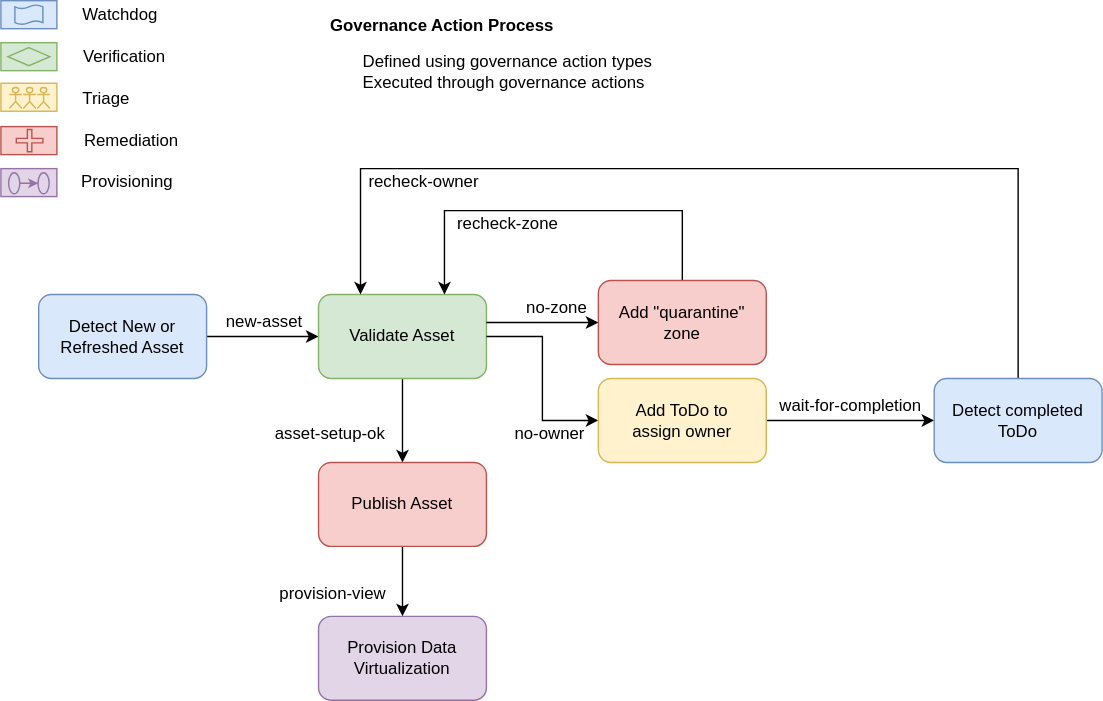
odpi/egeria-docs keeps this draw.io diagram as site/docs/concepts/governance-action-process-example-1.svg. Above is the earlier version. Source tidied: cells renumbered, new cells last; positions are measured from the earlier drawing's top-left corner, leaving out a move shared by most shapes.
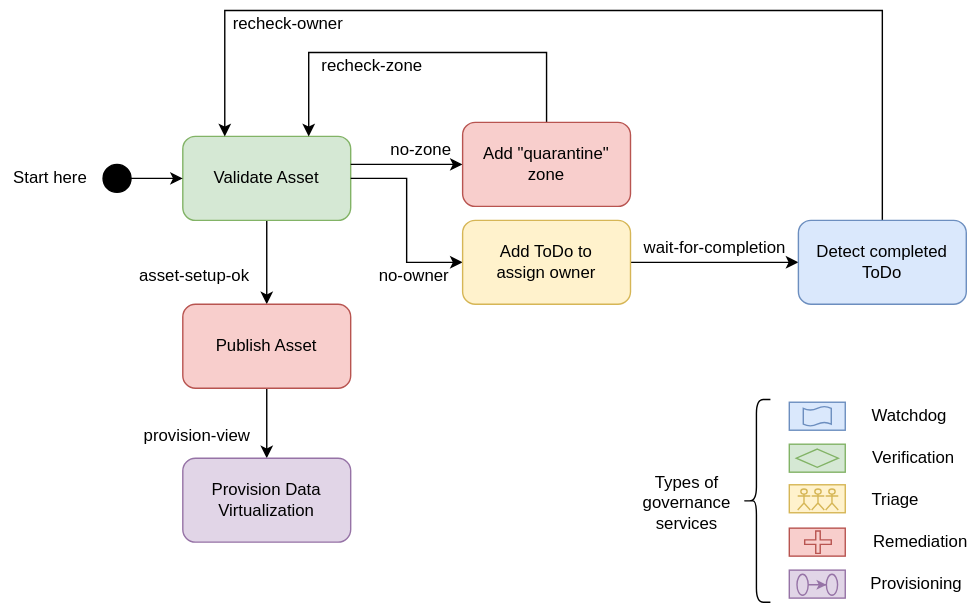
Later version of the same file.

Commit message:
Add descriptions of governance action processes

Diff of the diagram source:
```diff
@@ -3,148 +3,148 @@
     <mxCell id="0" />
     <mxCell id="1" parent="0" />
     <mxCell id="2" style="rounded=0;whiteSpace=wrap;html=1;fillColor=#fff2cc;strokeColor=#d6b656;" parent="1" vertex="1">
-      <mxGeometry y="59" width="40" height="20" as="geometry" />
+      <mxGeometry x="660.5" y="459" width="40" height="20" as="geometry" />
     </mxCell>
-    <mxCell id="3" style="edgeStyle=orthogonalEdgeStyle;rounded=0;jettySize=auto;html=1;" parent="1" edge="1" source="4" target="6">
+    <mxCell id="3" style="edgeStyle=orthogonalEdgeStyle;rounded=0;jettySize=auto;html=1;" parent="1" edge="1" source="4" target="28">
       <mxGeometry relative="1" as="geometry" />
     </mxCell>
-    <mxCell id="4" value="Detect New or&lt;br&gt;Refreshed Asset" style="rounded=1;whiteSpace=wrap;html=1;fillColor=#dae8fc;strokeColor=#6c8ebf;" parent="1" vertex="1">
-      <mxGeometry x="27" y="210" width="120" height="60" as="geometry" />
+    <mxCell id="4" value="Validate Asset" style="rounded=1;whiteSpace=wrap;html=1;fillColor=#d5e8d4;strokeColor=#82b366;" parent="1" vertex="1">
+      <mxGeometry x="227" y="210" width="120" height="60" as="geometry" />
     </mxCell>
-    <mxCell id="5" style="edgeStyle=orthogonalEdgeStyle;rounded=0;jettySize=auto;html=1;" parent="1" edge="1" source="6" target="31">
-      <mxGeometry relative="1" as="geometry" />
+    <mxCell id="5" style="edgeStyle=orthogonalEdgeStyle;rounded=0;jettySize=auto;html=1;" parent="1" edge="1" target="7">
+      <mxGeometry relative="1" as="geometry">
+        <mxPoint x="347" y="230" as="sourcePoint" />
+      </mxGeometry>
     </mxCell>
-    <mxCell id="6" value="Validate Asset" style="rounded=1;whiteSpace=wrap;html=1;fillColor=#d5e8d4;strokeColor=#82b366;" parent="1" vertex="1">
-      <mxGeometry x="227" y="210" width="120" height="60" as="geometry" />
+    <mxCell id="6" style="edgeStyle=orthogonalEdgeStyle;rounded=0;jettySize=auto;html=1;entryX=0.75;entryY=0;entryDx=0;entryDy=0;" parent="1" edge="1" source="7" target="4">
+      <mxGeometry relative="1" as="geometry">
+        <Array as="points">
+          <mxPoint x="487" y="150" />
+          <mxPoint x="317" y="150" />
+        </Array>
+      </mxGeometry>
     </mxCell>
-    <mxCell id="7" value="new-asset" style="text;html=1;align=center;verticalAlign=middle;points=[];" parent="1" vertex="1">
-      <mxGeometry x="153" y="220" width="70" height="20" as="geometry" />
+    <mxCell id="7" value="Add &quot;quarantine&quot; zone" style="rounded=1;whiteSpace=wrap;html=1;fillColor=#f8cecc;strokeColor=#b85450;" parent="1" vertex="1">
+      <mxGeometry x="427" y="200" width="120" height="60" as="geometry" />
     </mxCell>
-    <mxCell id="8" style="edgeStyle=orthogonalEdgeStyle;rounded=0;jettySize=auto;html=1;" parent="1" edge="1" target="10">
-      <mxGeometry relative="1" as="geometry">
-        <mxPoint x="347" y="230" as="sourcePoint" />
-      </mxGeometry>
+    <mxCell id="8" value="no-zone" style="text;html=1;align=center;verticalAlign=middle;" parent="1" vertex="1">
+      <mxGeometry x="367" y="210" width="60" height="20" as="geometry" />
     </mxCell>
-    <mxCell id="9" style="edgeStyle=orthogonalEdgeStyle;rounded=0;jettySize=auto;html=1;entryX=0.75;entryY=0;entryDx=0;entryDy=0;" parent="1" edge="1" source="10" target="6">
-      <mxGeometry relative="1" as="geometry">
-        <Array as="points">
-          <mxPoint x="487" y="150" />
-          <mxPoint x="317" y="150" />
-        </Array>
-      </mxGeometry>
+    <mxCell id="9" style="rounded=0;whiteSpace=wrap;html=1;fillColor=#dae8fc;strokeColor=#6c8ebf;" parent="1" vertex="1">
+      <mxGeometry x="660.5" y="400" width="40" height="20" as="geometry" />
     </mxCell>
-    <mxCell id="10" value="Add &quot;quarantine&quot; zone" style="rounded=1;whiteSpace=wrap;html=1;fillColor=#f8cecc;strokeColor=#b85450;" parent="1" vertex="1">
-      <mxGeometry x="427" y="200" width="120" height="60" as="geometry" />
+    <mxCell id="10" value="Watchdog" style="text;html=1;align=center;verticalAlign=middle;points=[];" parent="1" vertex="1">
+      <mxGeometry x="710.5" y="400" width="70" height="20" as="geometry" />
     </mxCell>
-    <mxCell id="11" value="no-zone" style="text;html=1;align=center;verticalAlign=middle;" parent="1" vertex="1">
-      <mxGeometry x="367" y="210" width="60" height="20" as="geometry" />
+    <mxCell id="11" style="rounded=0;whiteSpace=wrap;html=1;fillColor=#d5e8d4;strokeColor=#82b366;" parent="1" vertex="1">
+      <mxGeometry x="660.5" y="430" width="40" height="20" as="geometry" />
     </mxCell>
-    <mxCell id="12" style="rounded=0;whiteSpace=wrap;html=1;fillColor=#dae8fc;strokeColor=#6c8ebf;" parent="1" vertex="1">
-      <mxGeometry width="40" height="20" as="geometry" />
+    <mxCell id="12" value="Verification" style="text;html=1;align=center;verticalAlign=middle;" parent="1" vertex="1">
+      <mxGeometry x="713.5" y="430" width="70" height="20" as="geometry" />
     </mxCell>
-    <mxCell id="13" value="Watchdog" style="text;html=1;align=center;verticalAlign=middle;" parent="1" vertex="1">
-      <mxGeometry x="50" width="70" height="20" as="geometry" />
+    <mxCell id="13" style="rounded=0;whiteSpace=wrap;html=1;fillColor=#f8cecc;strokeColor=#b85450;" parent="1" vertex="1">
+      <mxGeometry x="660.5" y="490" width="40" height="20" as="geometry" />
     </mxCell>
-    <mxCell id="14" style="rounded=0;whiteSpace=wrap;html=1;fillColor=#d5e8d4;strokeColor=#82b366;" parent="1" vertex="1">
-      <mxGeometry y="30" width="40" height="20" as="geometry" />
+    <mxCell id="14" style="rounded=0;whiteSpace=wrap;html=1;fillColor=#e1d5e7;strokeColor=#9673a6;" parent="1" vertex="1">
+      <mxGeometry x="660.5" y="520" width="40" height="20" as="geometry" />
     </mxCell>
-    <mxCell id="15" value="Verification" style="text;html=1;align=center;verticalAlign=middle;" parent="1" vertex="1">
-      <mxGeometry x="53" y="30" width="70" height="20" as="geometry" />
+    <mxCell id="15" value="Provisioning" style="text;html=1;align=center;verticalAlign=middle;" parent="1" vertex="1">
+      <mxGeometry x="710.5" y="520" width="80" height="20" as="geometry" />
     </mxCell>
-    <mxCell id="16" style="rounded=0;whiteSpace=wrap;html=1;fillColor=#f8cecc;strokeColor=#b85450;" parent="1" vertex="1">
-      <mxGeometry y="90" width="40" height="20" as="geometry" />
+    <mxCell id="16" value="Remediation" style="text;html=1;align=center;verticalAlign=middle;" parent="1" vertex="1">
+      <mxGeometry x="713.5" y="490" width="80" height="20" as="geometry" />
     </mxCell>
-    <mxCell id="17" style="rounded=0;whiteSpace=wrap;html=1;fillColor=#e1d5e7;strokeColor=#9673a6;" parent="1" vertex="1">
-      <mxGeometry y="120" width="40" height="20" as="geometry" />
+    <mxCell id="17" value="Triage" style="text;html=1;align=center;verticalAlign=middle;" parent="1" vertex="1">
+      <mxGeometry x="710.5" y="460" width="50" height="20" as="geometry" />
     </mxCell>
-    <mxCell id="18" value="Provisioning" style="text;html=1;align=center;verticalAlign=middle;" parent="1" vertex="1">
-      <mxGeometry x="50" y="120" width="80" height="20" as="geometry" />
+    <mxCell id="18" style="edgeStyle=orthogonalEdgeStyle;rounded=0;jettySize=auto;html=1;exitX=1;exitY=0.5;exitDx=0;exitDy=0;" parent="1" edge="1" source="4" target="20">
+      <mxGeometry relative="1" as="geometry" />
     </mxCell>
-    <mxCell id="19" value="Remediation" style="text;html=1;align=center;verticalAlign=middle;" parent="1" vertex="1">
-      <mxGeometry x="53" y="90" width="80" height="20" as="geometry" />
+    <mxCell id="19" style="edgeStyle=orthogonalEdgeStyle;rounded=0;jettySize=auto;html=1;entryX=0;entryY=0.5;entryDx=0;entryDy=0;" parent="1" edge="1" source="20" target="23">
+      <mxGeometry relative="1" as="geometry" />
     </mxCell>
-    <mxCell id="20" value="Triage" style="text;html=1;align=center;verticalAlign=middle;points=[];" parent="1" vertex="1">
-      <mxGeometry x="50" y="60" width="50" height="20" as="geometry" />
+    <mxCell id="20" value="Add ToDo to&lt;br&gt;assign owner" style="rounded=1;whiteSpace=wrap;html=1;fillColor=#fff2cc;strokeColor=#d6b656;" parent="1" vertex="1">
+      <mxGeometry x="427" y="270" width="120" height="60" as="geometry" />
     </mxCell>
-    <mxCell id="21" style="edgeStyle=orthogonalEdgeStyle;rounded=0;jettySize=auto;html=1;exitX=1;exitY=0.5;exitDx=0;exitDy=0;" parent="1" edge="1" source="6" target="23">
-      <mxGeometry relative="1" as="geometry" />
+    <mxCell id="21" value="no-owner" style="text;html=1;align=center;verticalAlign=middle;" parent="1" vertex="1">
+      <mxGeometry x="357" y="300" width="70" height="20" as="geometry" />
     </mxCell>
-    <mxCell id="22" style="edgeStyle=orthogonalEdgeStyle;rounded=0;jettySize=auto;html=1;entryX=0;entryY=0.5;entryDx=0;entryDy=0;" parent="1" edge="1" source="23" target="26">
-      <mxGeometry relative="1" as="geometry" />
+    <mxCell id="22" style="edgeStyle=orthogonalEdgeStyle;rounded=0;jettySize=auto;html=1;entryX=0.25;entryY=0;entryDx=0;entryDy=0;" parent="1" edge="1" source="23" target="4">
+      <mxGeometry relative="1" as="geometry">
+        <Array as="points">
+          <mxPoint x="727" y="120" />
+          <mxPoint x="257" y="120" />
+        </Array>
+      </mxGeometry>
     </mxCell>
-    <mxCell id="23" value="Add ToDo to&lt;br&gt;assign owner" style="rounded=1;whiteSpace=wrap;html=1;fillColor=#fff2cc;strokeColor=#d6b656;" parent="1" vertex="1">
-      <mxGeometry x="427" y="270" width="120" height="60" as="geometry" />
+    <mxCell id="23" value="Detect completed&lt;br&gt;ToDo" style="rounded=1;whiteSpace=wrap;html=1;fillColor=#dae8fc;strokeColor=#6c8ebf;" parent="1" vertex="1">
+      <mxGeometry x="667" y="270" width="120" height="60" as="geometry" />
     </mxCell>
-    <mxCell id="24" value="no-owner" style="text;html=1;align=center;verticalAlign=middle;" parent="1" vertex="1">
-      <mxGeometry x="357" y="300" width="70" height="20" as="geometry" />
+    <mxCell id="24" value="wait-for-completion" style="text;html=1;align=center;verticalAlign=middle;" parent="1" vertex="1">
+      <mxGeometry x="547" y="280" width="120" height="20" as="geometry" />
     </mxCell>
-    <mxCell id="25" style="edgeStyle=orthogonalEdgeStyle;rounded=0;jettySize=auto;html=1;entryX=0.25;entryY=0;entryDx=0;entryDy=0;" parent="1" edge="1" source="26" target="6">
-      <mxGeometry relative="1" as="geometry">
-        <Array as="points">
-          <mxPoint x="727" y="120" />
-          <mxPoint x="257" y="120" />
-        </Array>
-      </mxGeometry>
+    <mxCell id="25" value="recheck-owner" style="text;html=1;align=center;verticalAlign=middle;" parent="1" vertex="1">
+      <mxGeometry x="257" y="120" width="90" height="20" as="geometry" />
     </mxCell>
-    <mxCell id="26" value="Detect completed&lt;br&gt;ToDo" style="rounded=1;whiteSpace=wrap;html=1;fillColor=#dae8fc;strokeColor=#6c8ebf;" parent="1" vertex="1">
-      <mxGeometry x="667" y="270" width="120" height="60" as="geometry" />
+    <mxCell id="26" value="recheck-zone" style="text;html=1;align=center;verticalAlign=middle;points=[];" parent="1" vertex="1">
+      <mxGeometry x="317" y="150" width="90" height="20" as="geometry" />
     </mxCell>
-    <mxCell id="27" value="wait-for-completion" style="text;html=1;align=center;verticalAlign=middle;" parent="1" vertex="1">
-      <mxGeometry x="547" y="280" width="120" height="20" as="geometry" />
+    <mxCell id="27" style="edgeStyle=orthogonalEdgeStyle;rounded=0;jettySize=auto;html=1;" parent="1" edge="1" source="28" target="29">
+      <mxGeometry relative="1" as="geometry" />
     </mxCell>
-    <mxCell id="28" value="recheck-owner" style="text;html=1;align=center;verticalAlign=middle;points=[];" parent="1" vertex="1">
-      <mxGeometry x="257" y="120" width="90" height="20" as="geometry" />
+    <mxCell id="28" value="Publish Asset" style="rounded=1;whiteSpace=wrap;html=1;fillColor=#f8cecc;strokeColor=#b85450;" parent="1" vertex="1">
+      <mxGeometry x="227" y="330" width="120" height="60" as="geometry" />
     </mxCell>
-    <mxCell id="29" value="recheck-zone" style="text;html=1;align=center;verticalAlign=middle;points=[];" parent="1" vertex="1">
-      <mxGeometry x="317" y="150" width="90" height="20" as="geometry" />
+    <mxCell id="29" value="Provision Data Virtualization" style="rounded=1;whiteSpace=wrap;html=1;fillColor=#e1d5e7;strokeColor=#9673a6;" parent="1" vertex="1">
+      <mxGeometry x="227" y="440" width="120" height="60" as="geometry" />
     </mxCell>
-    <mxCell id="30" style="edgeStyle=orthogonalEdgeStyle;rounded=0;jettySize=auto;html=1;" parent="1" edge="1" source="31" target="32">
-      <mxGeometry relative="1" as="geometry" />
+    <mxCell id="30" value="asset-setup-ok" style="text;html=1;align=center;verticalAlign=middle;" parent="1" vertex="1">
+      <mxGeometry x="190" y="300" width="90" height="20" as="geometry" />
     </mxCell>
-    <mxCell id="31" value="Publish Asset" style="rounded=1;whiteSpace=wrap;html=1;fillColor=#f8cecc;strokeColor=#b85450;" parent="1" vertex="1">
-      <mxGeometry x="227" y="330" width="120" height="60" as="geometry" />
+    <mxCell id="31" style="strokeWidth=1;html=1;shape=mxgraph.flowchart.decision;whiteSpace=wrap;align=left;fillColor=#d5e8d4;strokeColor=#82b366;" parent="1" vertex="1">
+      <mxGeometry x="665.5" y="433.5" width="30" height="13" as="geometry" />
     </mxCell>
-    <mxCell id="32" value="Provision Data Virtualization" style="rounded=1;whiteSpace=wrap;html=1;fillColor=#e1d5e7;strokeColor=#9673a6;" parent="1" vertex="1">
-      <mxGeometry x="227" y="440" width="120" height="60" as="geometry" />
+    <mxCell id="32" style="shape=tape;whiteSpace=wrap;html=1;strokeWidth=1;size=0.19;align=left;fillColor=#dae8fc;strokeColor=#6c8ebf;" parent="1" vertex="1">
+      <mxGeometry x="670.5" y="403" width="20" height="14" as="geometry" />
     </mxCell>
-    <mxCell id="33" value="asset-setup-ok" style="text;html=1;align=center;verticalAlign=middle;" parent="1" vertex="1">
-      <mxGeometry x="190" y="300" width="90" height="20" as="geometry" />
+    <mxCell id="33" style="shape=cross;whiteSpace=wrap;html=1;strokeWidth=1;align=left;fillColor=#f8cecc;strokeColor=#b85450;" parent="1" vertex="1">
+      <mxGeometry x="671.5" y="492" width="19" height="16" as="geometry" />
     </mxCell>
-    <mxCell id="34" style="strokeWidth=1;html=1;shape=mxgraph.flowchart.decision;whiteSpace=wrap;align=left;fillColor=#d5e8d4;strokeColor=#82b366;" parent="1" vertex="1">
-      <mxGeometry x="5" y="33.5" width="30" height="13" as="geometry" />
+    <mxCell id="34" style="edgeStyle=orthogonalEdgeStyle;rounded=0;jettySize=auto;html=1;endSize=4;fillColor=#e1d5e7;strokeColor=#9673a6;" parent="1" edge="1" source="35" target="36">
+      <mxGeometry relative="1" as="geometry" />
     </mxCell>
-    <mxCell id="35" style="shape=tape;whiteSpace=wrap;html=1;strokeWidth=1;size=0.19;align=left;fillColor=#dae8fc;strokeColor=#6c8ebf;" parent="1" vertex="1">
-      <mxGeometry x="10" y="3" width="20" height="14" as="geometry" />
+    <mxCell id="35" style="ellipse;whiteSpace=wrap;html=1;strokeWidth=1;align=left;fillColor=#e1d5e7;strokeColor=#9673a6;" parent="1" vertex="1">
+      <mxGeometry x="666" y="523" width="8" height="15" as="geometry" />
     </mxCell>
-    <mxCell id="36" style="shape=cross;whiteSpace=wrap;html=1;strokeWidth=1;align=left;fillColor=#f8cecc;strokeColor=#b85450;" parent="1" vertex="1">
-      <mxGeometry x="11" y="92" width="19" height="16" as="geometry" />
+    <mxCell id="36" style="ellipse;whiteSpace=wrap;html=1;strokeWidth=1;align=left;fillColor=#e1d5e7;strokeColor=#9673a6;" parent="1" vertex="1">
+      <mxGeometry x="687" y="523" width="8" height="15" as="geometry" />
     </mxCell>
-    <mxCell id="37" style="edgeStyle=orthogonalEdgeStyle;rounded=0;jettySize=auto;html=1;endSize=4;fillColor=#e1d5e7;strokeColor=#9673a6;" parent="1" edge="1" source="38" target="39">
-      <mxGeometry relative="1" as="geometry" />
+    <mxCell id="37" style="shape=umlActor;verticalLabelPosition=bottom;verticalAlign=top;html=1;strokeWidth=1;align=left;fillColor=#fff2cc;strokeColor=#d6b656;" parent="1" vertex="1">
+      <mxGeometry x="676.5" y="462" width="9" height="15" as="geometry" />
     </mxCell>
-    <mxCell id="38" style="ellipse;whiteSpace=wrap;html=1;strokeWidth=1;align=left;fillColor=#e1d5e7;strokeColor=#9673a6;" parent="1" vertex="1">
-      <mxGeometry x="5.5" y="123" width="8" height="15" as="geometry" />
+    <mxCell id="38" style="shape=umlActor;verticalLabelPosition=bottom;verticalAlign=top;html=1;outlineConnect=0;strokeWidth=1;align=left;fillColor=#fff2cc;strokeColor=#d6b656;" parent="1" vertex="1">
+      <mxGeometry x="686.5" y="462" width="9" height="15" as="geometry" />
     </mxCell>
-    <mxCell id="39" style="ellipse;whiteSpace=wrap;html=1;strokeWidth=1;align=left;fillColor=#e1d5e7;strokeColor=#9673a6;" parent="1" vertex="1">
-      <mxGeometry x="26.5" y="123" width="8" height="15" as="geometry" />
+    <mxCell id="39" style="shape=umlActor;verticalLabelPosition=bottom;verticalAlign=top;html=1;outlineConnect=0;strokeWidth=1;align=left;fillColor=#fff2cc;strokeColor=#d6b656;" parent="1" vertex="1">
+      <mxGeometry x="666.5" y="462" width="9" height="15" as="geometry" />
     </mxCell>
-    <mxCell id="40" style="shape=umlActor;verticalLabelPosition=bottom;verticalAlign=top;html=1;strokeWidth=1;align=left;fillColor=#fff2cc;strokeColor=#d6b656;" parent="1" vertex="1">
-      <mxGeometry x="16" y="62" width="9" height="15" as="geometry" />
+    <mxCell id="40" value="provision-view" style="text;html=1;align=center;verticalAlign=middle;" parent="1" vertex="1">
+      <mxGeometry x="194" y="415" width="86" height="18" as="geometry" />
     </mxCell>
-    <mxCell id="41" style="shape=umlActor;verticalLabelPosition=bottom;verticalAlign=top;html=1;strokeWidth=1;align=left;fillColor=#fff2cc;strokeColor=#d6b656;" parent="1" vertex="1">
-      <mxGeometry x="26" y="62" width="9" height="15" as="geometry" />
+    <mxCell id="41" style="shape=curlyBracket;whiteSpace=wrap;html=1;rounded=1;" parent="1" vertex="1">
+      <mxGeometry x="627" y="398" width="20" height="145" as="geometry" />
     </mxCell>
-    <mxCell id="42" style="shape=umlActor;verticalLabelPosition=bottom;verticalAlign=top;html=1;strokeWidth=1;align=left;fillColor=#fff2cc;strokeColor=#d6b656;" parent="1" vertex="1">
-      <mxGeometry x="6" y="62" width="9" height="15" as="geometry" />
+    <mxCell id="42" value="Types of&lt;br&gt;governance&lt;br&gt;services" style="text;html=1;align=center;verticalAlign=middle;strokeColor=none;fillColor=none;" parent="1" vertex="1">
+      <mxGeometry x="547" y="446.5" width="80" height="50" as="geometry" />
     </mxCell>
-    <mxCell id="43" value="provision-view" style="text;html=1;align=center;verticalAlign=middle;" parent="1" vertex="1">
-      <mxGeometry x="194" y="415" width="86" height="18" as="geometry" />
+    <mxCell id="43" style="edgeStyle=orthogonalEdgeStyle;rounded=0;jettySize=auto;html=1;" parent="1" edge="1" source="44" target="4">
+      <mxGeometry relative="1" as="geometry" />
     </mxCell>
-    <mxCell id="44" value="Governance Action Process" style="text;html=1;align=center;verticalAlign=middle;points=[];fontStyle=1;" parent="1" vertex="1">
-      <mxGeometry x="230" y="9" width="170" height="18" as="geometry" />
+    <mxCell id="44" style="ellipse;whiteSpace=wrap;html=1;fillColor=#000000;" parent="1" vertex="1">
+      <mxGeometry x="170" y="230" width="20" height="20" as="geometry" />
     </mxCell>
-    <mxCell id="45" value="Defined using governance action types&lt;br&gt;Executed through governance actions" style="text;html=1;align=left;verticalAlign=middle;" parent="1" vertex="1">
-      <mxGeometry x="257" y="34.5" width="217" height="32" as="geometry" />
+    <mxCell id="45" value="Start here" style="text;html=1;align=center;verticalAlign=middle;strokeColor=none;fillColor=none;" parent="1" vertex="1">
+      <mxGeometry x="97" y="230" width="70" height="20" as="geometry" />
     </mxCell>
   </root>
 </mxGraphModel>
```
